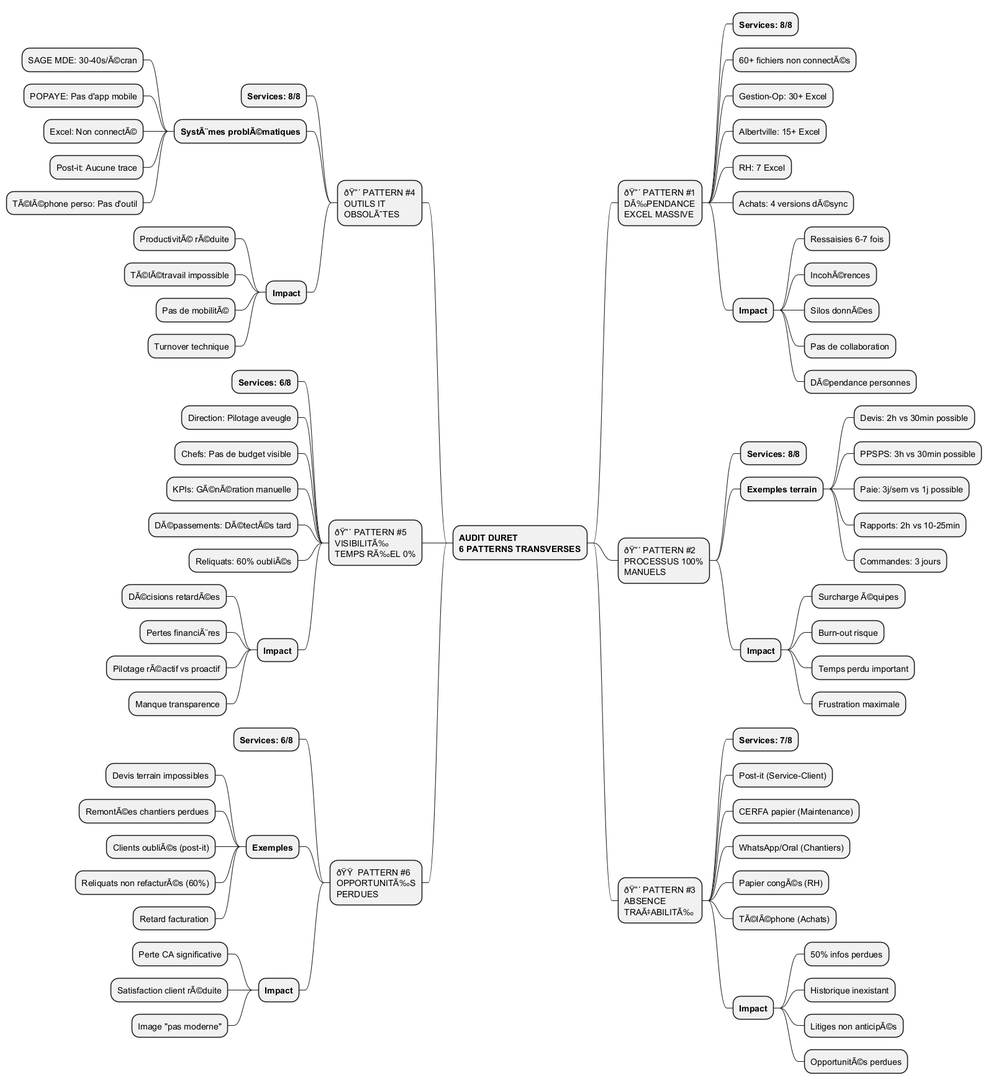
JordanSerafini/Audit_Duret keeps this PlantUML diagram as Synthese/uml/puml/05_patterns_transverses.png. Above is the earlier version.
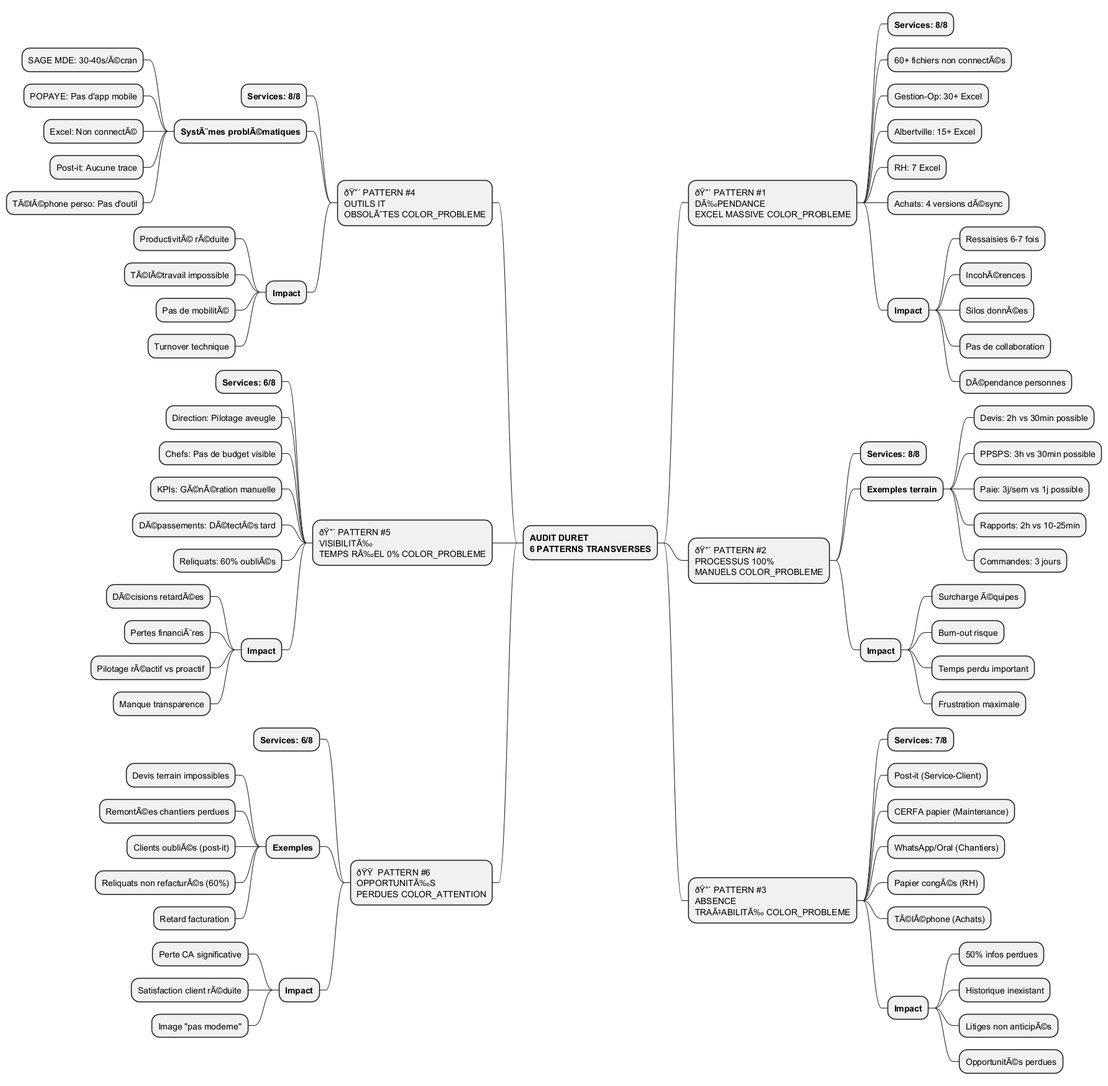
The same file after the commit.

The edit, as a diff of the source:
```diff
@@ -2,7 +2,7 @@
 
 * **AUDIT DURET**\n**6 PATTERNS TRANSVERSES**
 
-** ðŸ”´ PATTERN #1\nDÃ‰PENDANCE\nEXCEL MASSIVE
+** ðŸ”´ PATTERN #1\nDÃ‰PENDANCE\nEXCEL MASSIVE COLOR_PROBLEME
 *** **Services: 8/8**
 *** 60+ fichiers non connectÃ©s
 *** Gestion-Op: 30+ Excel
@@ -16,7 +16,7 @@
 **** Pas de collaboration
 **** DÃ©pendance personnes
 
-** ðŸ”´ PATTERN #2\nPROCESSUS 100%\nMANUELS
+** ðŸ”´ PATTERN #2\nPROCESSUS 100%\nMANUELS COLOR_PROBLEME
 *** **Services: 8/8**
 *** **Exemples terrain**
 **** Devis: 2h vs 30min possible
@@ -30,7 +30,7 @@
 **** Temps perdu important
 **** Frustration maximale
 
-** ðŸ”´ PATTERN #3\nABSENCE\nTRAÃ‡ABILITÃ‰
+** ðŸ”´ PATTERN #3\nABSENCE\nTRAÃ‡ABILITÃ‰ COLOR_PROBLEME
 *** **Services: 7/8**
 *** Post-it (Service-Client)
 *** CERFA papier (Maintenance)
@@ -45,7 +45,7 @@
 
 left side
 
-** ðŸ”´ PATTERN #4\nOUTILS IT\nOBSOLÃˆTES
+** ðŸ”´ PATTERN #4\nOUTILS IT\nOBSOLÃˆTES COLOR_PROBLEME
 *** **Services: 8/8**
 *** **SystÃ¨mes problÃ©matiques**
 **** SAGE MDE: 30-40s/Ã©cran
@@ -59,7 +59,7 @@
 **** Pas de mobilitÃ©
 **** Turnover technique
 
-** ðŸ”´ PATTERN #5\nVISIBILITÃ‰\nTEMPS RÃ‰EL 0%
+** ðŸ”´ PATTERN #5\nVISIBILITÃ‰\nTEMPS RÃ‰EL 0% COLOR_PROBLEME
 *** **Services: 6/8**
 *** Direction: Pilotage aveugle
 *** Chefs: Pas de budget visible
@@ -72,7 +72,7 @@
 **** Pilotage rÃ©actif vs proactif
 **** Manque transparence
 
-** ðŸŸ  PATTERN #6\nOPPORTUNITÃ‰S\nPERDUES
+** ðŸŸ  PATTERN #6\nOPPORTUNITÃ‰S\nPERDUES COLOR_ATTENTION
 *** **Services: 6/8**
 *** **Exemples**
 **** Devis terrain impossibles
```
